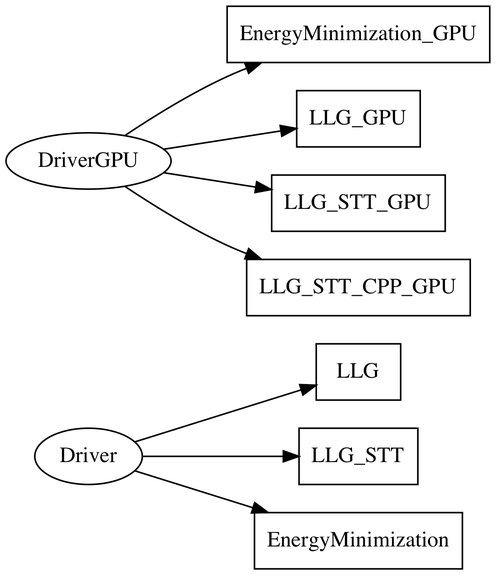
Before: docs/src/figures/driver.png, a diagram exported from Graphviz (ww1g11/JuMag.doc). Its source is kept beside it as docs/src/scripts/driver.gv. Its diagram source:
```dot
digraph G {
	Driver
	LLG [shape=box]
	LLG_STT [shape=box]
	EnergyMinimization [shape=box]
	Driver -> LLG
	Driver -> LLG_STT
	Driver -> EnergyMinimization
	DriverGPU
	EnergyMinimization_GPU [shape=box]
	LLG_GPU [shape=box]
	LLG_STT_GPU [shape=box]
	LLG_STT_CPP_GPU [shape=box]
	DriverGPU -> LLG_GPU
	DriverGPU -> LLG_STT_GPU
	DriverGPU -> LLG_STT_CPP_GPU
	DriverGPU -> EnergyMinimization_GPU
}
```
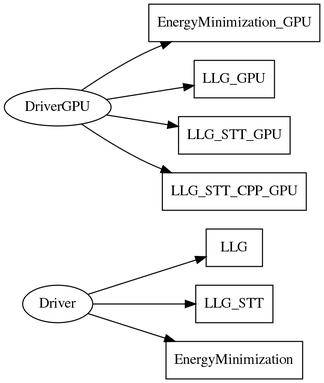
Above is the later version.

What changed in the source:
```diff
@@ -1,4 +1,5 @@
 digraph G {
+  rankdir=LR
 	Driver
 	LLG [shape=box]
 	LLG_STT [shape=box]
@@ -6,7 +7,7 @@
 	Driver -> LLG
 	Driver -> LLG_STT
 	Driver -> EnergyMinimization
-	DriverGPU
+  DriverGPU
 	EnergyMinimization_GPU [shape=box]
 	LLG_GPU [shape=box]
 	LLG_STT_GPU [shape=box]
```
